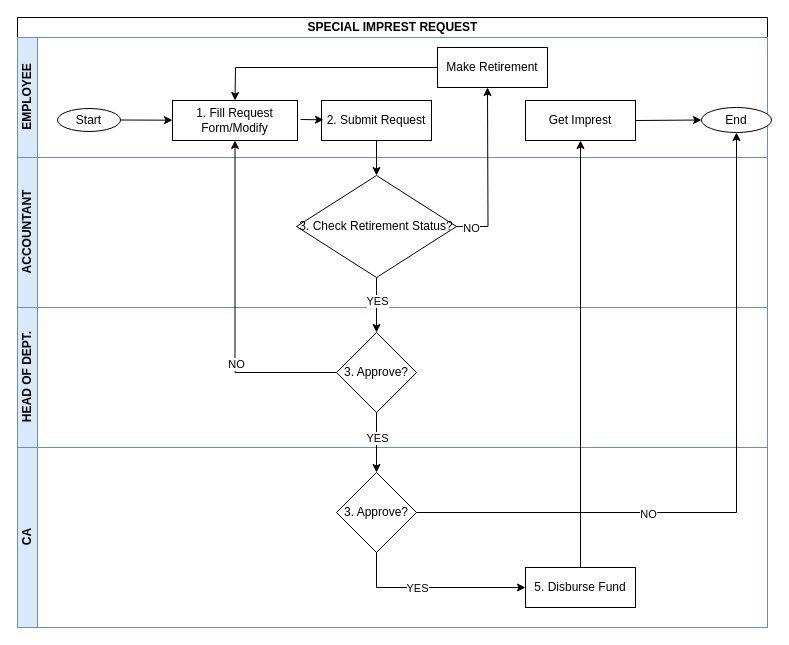
MbalamulaS/tech-diagrams keeps this draw.io diagram as page "Special imprest request" (4 of 9) of wajibika/wajibika-sketches.drawio. Above is the earlier version. Source tidied: cells renumbered, new cells numbered last; positions are measured from the earlier drawing's top-left corner, leaving out a move shared by most shapes. Both pictures are drawn from the tidied source at 100%, with x=0, y=0 at pixel (17, 17).
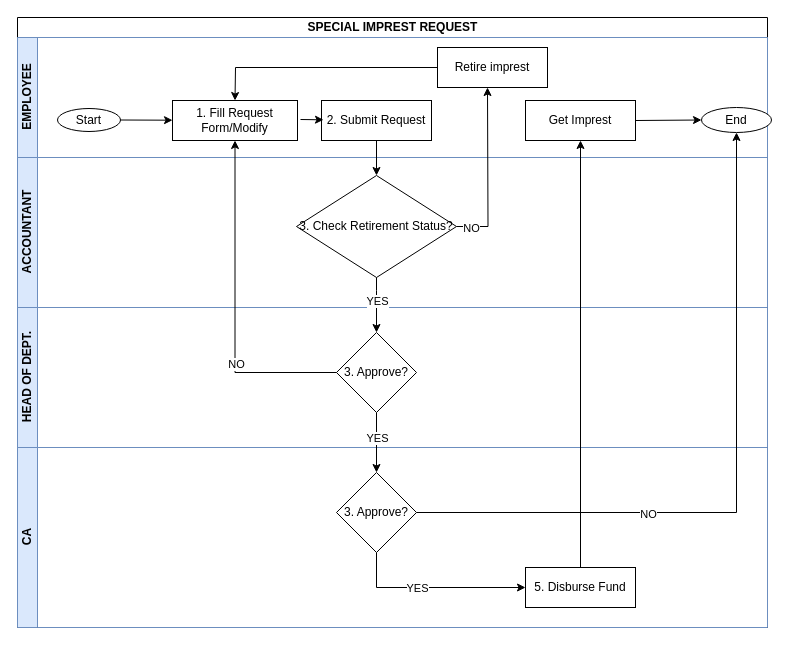
The same page after the edit.

Commit message (it also covers changes not shown here):
Update wajibika-sketches.drawio updated travel imprest request

The change refers to these unchanged cells:
```xml
<mxCell id="3" value="EMPLOYEE" style="swimlane;startSize=20;horizontal=0;html=1;fillColor=#dae8fc;strokeColor=#6c8ebf;swimlaneFillColor=#FFFFFF;" parent="2" vertex="1">
  <mxGeometry y="20" width="750" height="120" as="geometry" />
</mxCell>
```

The edit, as a diff of the source:
```diff
@@
-    <mxCell id="12" value="Make Retirement" style="whiteSpace=wrap;html=1;" parent="3" vertex="1">
+    <mxCell id="12" value="Retire imprest" style="whiteSpace=wrap;html=1;" parent="3" vertex="1">
       <mxGeometry x="420" y="10" width="110" height="40" as="geometry" />
     </mxCell>
```
